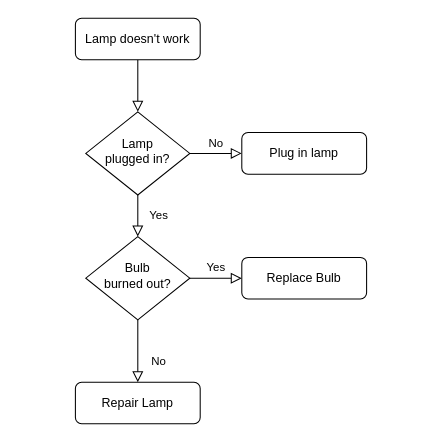
Earlier version of the draw.io diagram Escalation_Flow.drawio (adrian-feigl/markdown-portfolio). Source tidied: cells renumbered, new cells numbered last; positions are measured from the earlier drawing's top-left corner, leaving out a move shared by most shapes. Both pictures are drawn from the tidied source at 104%, with x=0, y=0 at pixel (75, 18).
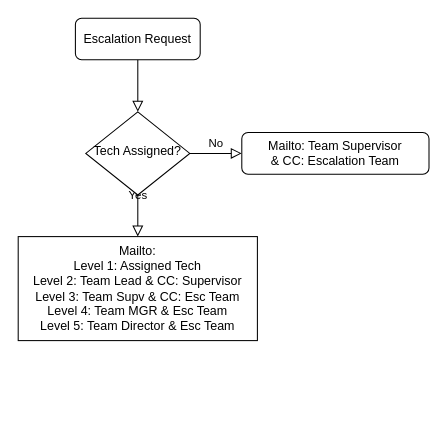
The same diagram, later.

What changed in the source:
```diff
@@
 <mxGraphModel>
   <root>
     <mxCell id="0" />
     <mxCell id="1" parent="0" />
     <mxCell id="2" style="rounded=0;html=1;jettySize=auto;fontSize=11;endArrow=block;endFill=0;endSize=8;strokeWidth=1;shadow=0;labelBackgroundColor=none;edgeStyle=orthogonalEdgeStyle;" parent="1" edge="1" source="3" target="6">
       <mxGeometry relative="1" as="geometry" />
     </mxCell>
-    <mxCell id="3" value="Lamp doesn't work" style="rounded=1;whiteSpace=wrap;html=1;fontSize=12;glass=0;strokeWidth=1;shadow=0;" parent="1" vertex="1">
+    <mxCell id="3" value="Escalation Request" style="rounded=1;whiteSpace=wrap;html=1;fontSize=12;glass=0;strokeWidth=1;shadow=0;" parent="1" vertex="1">
       <mxGeometry width="120" height="40" as="geometry" />
     </mxCell>
-    <mxCell id="4" value="Yes" style="rounded=0;html=1;jettySize=auto;fontSize=11;endArrow=block;endFill=0;endSize=8;strokeWidth=1;shadow=0;labelBackgroundColor=none;edgeStyle=orthogonalEdgeStyle;" parent="1" edge="1" source="6" target="10">
-      <mxGeometry y="20" relative="1" as="geometry" />
+    <mxCell id="4" value="Yes" style="rounded=0;html=1;jettySize=auto;fontSize=11;endArrow=block;endFill=0;endSize=8;strokeWidth=1;shadow=0;labelBackgroundColor=none;edgeStyle=orthogonalEdgeStyle;" parent="1" edge="1" source="6">
+      <mxGeometry y="20" relative="1" as="geometry">
+        <mxPoint x="60" y="210" as="targetPoint" />
+      </mxGeometry>
     </mxCell>
     <mxCell id="5" value="No" style="edgeStyle=orthogonalEdgeStyle;rounded=0;html=1;jettySize=auto;fontSize=11;endArrow=block;endFill=0;endSize=8;strokeWidth=1;shadow=0;labelBackgroundColor=none;" parent="1" edge="1" source="6" target="7">
       <mxGeometry y="10" relative="1" as="geometry" />
     </mxCell>
-    <mxCell id="6" value="Lamp&lt;br&gt;plugged in?" style="rhombus;whiteSpace=wrap;html=1;shadow=0;fontFamily=Helvetica;fontSize=12;align=center;strokeWidth=1;spacing=6;spacingTop=-4;" parent="1" vertex="1">
+    <mxCell id="6" value="Tech Assigned?" style="rhombus;whiteSpace=wrap;html=1;shadow=0;fontFamily=Helvetica;fontSize=12;align=center;strokeWidth=1;spacing=6;spacingTop=-4;" parent="1" vertex="1">
       <mxGeometry x="10" y="90" width="100" height="80" as="geometry" />
     </mxCell>
-    <mxCell id="7" value="Plug in lamp" style="rounded=1;whiteSpace=wrap;html=1;fontSize=12;glass=0;strokeWidth=1;shadow=0;" parent="1" vertex="1">
-      <mxGeometry x="160" y="110" width="120" height="40" as="geometry" />
+    <mxCell id="7" value="Mailto: Team Supervisor&lt;br&gt;&amp;amp; CC: Escalation Team" style="rounded=1;whiteSpace=wrap;html=1;fontSize=12;glass=0;strokeWidth=1;shadow=0;" parent="1" vertex="1">
+      <mxGeometry x="160" y="110" width="180" height="40" as="geometry" />
     </mxCell>
-    <mxCell id="8" value="No" style="rounded=0;html=1;jettySize=auto;fontSize=11;endArrow=block;endFill=0;endSize=8;strokeWidth=1;shadow=0;labelBackgroundColor=none;edgeStyle=orthogonalEdgeStyle;" parent="1" edge="1" source="10" target="11">
-      <mxGeometry x="0.33" y="20" relative="1" as="geometry" />
-    </mxCell>
-    <mxCell id="9" value="Yes" style="edgeStyle=orthogonalEdgeStyle;rounded=0;html=1;jettySize=auto;fontSize=11;endArrow=block;endFill=0;endSize=8;strokeWidth=1;shadow=0;labelBackgroundColor=none;" parent="1" edge="1" source="10" target="12">
-      <mxGeometry y="10" relative="1" as="geometry" />
-    </mxCell>
-    <mxCell id="10" value="Bulb&lt;br&gt;burned out?" style="rhombus;whiteSpace=wrap;html=1;shadow=0;fontFamily=Helvetica;fontSize=12;align=center;strokeWidth=1;spacing=6;spacingTop=-4;" parent="1" vertex="1">
-      <mxGeometry x="10" y="210" width="100" height="80" as="geometry" />
-    </mxCell>
-    <mxCell id="11" value="Repair Lamp" style="rounded=1;whiteSpace=wrap;html=1;fontSize=12;glass=0;strokeWidth=1;shadow=0;" parent="1" vertex="1">
-      <mxGeometry y="350" width="120" height="40" as="geometry" />
-    </mxCell>
-    <mxCell id="12" value="Replace Bulb" style="rounded=1;whiteSpace=wrap;html=1;fontSize=12;glass=0;strokeWidth=1;shadow=0;" parent="1" vertex="1">
-      <mxGeometry x="160" y="230" width="120" height="40" as="geometry" />
-    </mxCell>
+    <mxCell id="13" value="Mailto:&lt;br&gt;Level 1: Assigned Tech&lt;br&gt;Level 2: Team Lead &amp;amp; CC: Supervisor&lt;br&gt;Level 3: Team Supv &amp;amp; CC: Esc Team&lt;br&gt;Level 4: Team MGR &amp;amp; Esc Team&lt;br&gt;Level 5: Team Director &amp;amp; Esc Team" style="rounded=0;whiteSpace=wrap;html=1;" parent="1" vertex="1">
+      <mxGeometry x="-55" y="210" width="230" height="100" as="geometry" />
+    </mxCell>
   </root>
 </mxGraphModel>
```
